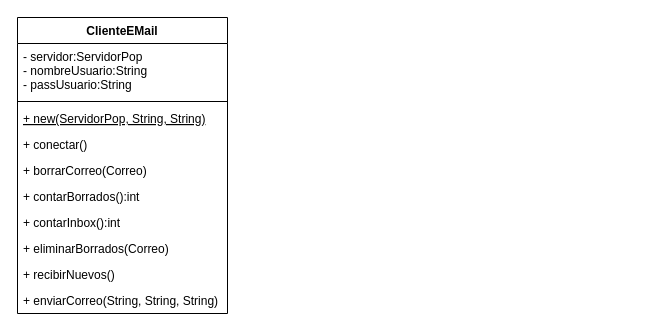
nhubczyk/Diagramas-UML keeps this draw.io diagram as Unq-po2-tp6-clienteEMail.drawio. Above is the earlier version. Source tidied: cells renumbered, new cells numbered last; positions are measured from the earlier drawing's top-left corner, leaving out a move shared by most shapes. Both pictures are drawn from the tidied source at 100%, with x=0, y=0 at pixel (17, 17).
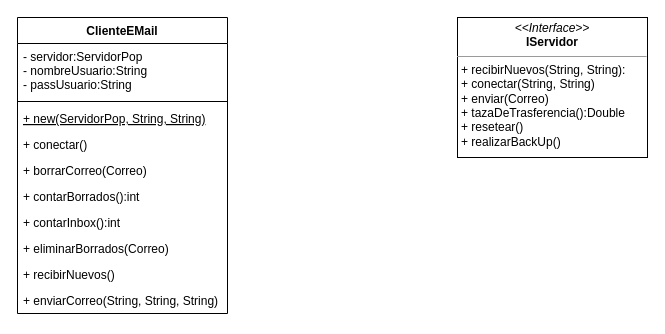
The same page after the edit.

What changed in the source:
```diff
@@
 <mxGraphModel>
   <root>
     <mxCell id="0" />
     <mxCell id="1" parent="0" />
     <mxCell id="2" value="ClienteEMail" style="swimlane;fontStyle=1;align=center;verticalAlign=top;horizontal=1;startSize=26;" parent="1" vertex="1">
       <mxGeometry width="210" height="296" as="geometry" />
     </mxCell>
     <mxCell id="3" value="- servidor:ServidorPop&#10;- nombreUsuario:String&#10;- passUsuario:String&#10;" style="text;strokeColor=none;fillColor=none;align=left;verticalAlign=top;spacingLeft=4;spacingRight=4;overflow=hidden;" parent="2" vertex="1">
       <mxGeometry y="26" width="210" height="54" as="geometry" />
     </mxCell>
     <mxCell id="4" style="line;strokeWidth=1;fillColor=none;align=left;verticalAlign=middle;spacingTop=-1;spacingLeft=3;spacingRight=3;labelPosition=right;strokeColor=inherit;" parent="2" vertex="1">
       <mxGeometry y="80" width="210" height="8" as="geometry" />
     </mxCell>
     <mxCell id="5" value="+ new(ServidorPop, String, String)" style="text;strokeColor=none;fillColor=none;align=left;verticalAlign=top;spacingLeft=4;spacingRight=4;overflow=hidden;fontStyle=4;" parent="2" vertex="1">
       <mxGeometry y="88" width="210" height="26" as="geometry" />
     </mxCell>
     <mxCell id="6" value="+ conectar()" style="text;strokeColor=none;fillColor=none;align=left;verticalAlign=top;spacingLeft=4;spacingRight=4;overflow=hidden;fontStyle=0;" parent="2" vertex="1">
       <mxGeometry y="114" width="210" height="26" as="geometry" />
     </mxCell>
     <mxCell id="7" value="+ borrarCorreo(Correo)" style="text;strokeColor=none;fillColor=none;align=left;verticalAlign=top;spacingLeft=4;spacingRight=4;overflow=hidden;fontStyle=0;" parent="2" vertex="1">
       <mxGeometry y="140" width="210" height="26" as="geometry" />
     </mxCell>
     <mxCell id="8" value="+ contarBorrados():int" style="text;strokeColor=none;fillColor=none;align=left;verticalAlign=top;spacingLeft=4;spacingRight=4;overflow=hidden;fontStyle=0;" parent="2" vertex="1">
       <mxGeometry y="166" width="210" height="26" as="geometry" />
     </mxCell>
     <mxCell id="9" value="+ contarInbox():int" style="text;strokeColor=none;fillColor=none;align=left;verticalAlign=top;spacingLeft=4;spacingRight=4;overflow=hidden;fontStyle=0;" parent="2" vertex="1">
       <mxGeometry y="192" width="210" height="26" as="geometry" />
     </mxCell>
     <mxCell id="10" value="+ eliminarBorrados(Correo)" style="text;strokeColor=none;fillColor=none;align=left;verticalAlign=top;spacingLeft=4;spacingRight=4;overflow=hidden;fontStyle=0;" parent="2" vertex="1">
       <mxGeometry y="218" width="210" height="26" as="geometry" />
     </mxCell>
     <mxCell id="11" value="+ recibirNuevos()" style="text;strokeColor=none;fillColor=none;align=left;verticalAlign=top;spacingLeft=4;spacingRight=4;overflow=hidden;fontStyle=0;" parent="2" vertex="1">
       <mxGeometry y="244" width="210" height="26" as="geometry" />
     </mxCell>
     <mxCell id="12" value="+ enviarCorreo(String, String, String)" style="text;strokeColor=none;fillColor=none;align=left;verticalAlign=top;spacingLeft=4;spacingRight=4;overflow=hidden;fontStyle=0;" parent="2" vertex="1">
       <mxGeometry y="270" width="210" height="26" as="geometry" />
     </mxCell>
+    <mxCell id="13" value="&lt;p style=&quot;margin:0px;margin-top:4px;text-align:center;&quot;&gt;&lt;i&gt;&amp;lt;&amp;lt;Interface&amp;gt;&amp;gt;&lt;/i&gt;&lt;br&gt;&lt;b&gt;IServidor&lt;/b&gt;&lt;/p&gt;&lt;hr size=&quot;1&quot;&gt;&lt;p style=&quot;margin:0px;margin-left:4px;&quot;&gt;&lt;/p&gt;&lt;p style=&quot;margin:0px;margin-left:4px;&quot;&gt;+ recibirNuevos(String, String):&lt;/p&gt;&lt;p style=&quot;margin:0px;margin-left:4px;&quot;&gt;+ conectar(String, String)&lt;/p&gt;&lt;p style=&quot;margin:0px;margin-left:4px;&quot;&gt;+ enviar(Correo)&lt;/p&gt;&lt;p style=&quot;margin:0px;margin-left:4px;&quot;&gt;+ tazaDeTrasferencia():Double&lt;/p&gt;&lt;p style=&quot;margin:0px;margin-left:4px;&quot;&gt;+ resetear()&lt;/p&gt;&lt;p style=&quot;margin:0px;margin-left:4px;&quot;&gt;+ realizarBackUp()&lt;/p&gt;" style="verticalAlign=top;align=left;overflow=fill;fontSize=12;fontFamily=Helvetica;html=1;" parent="1" vertex="1">
+      <mxGeometry x="440" width="190" height="140" as="geometry" />
+    </mxCell>
   </root>
 </mxGraphModel>
```
